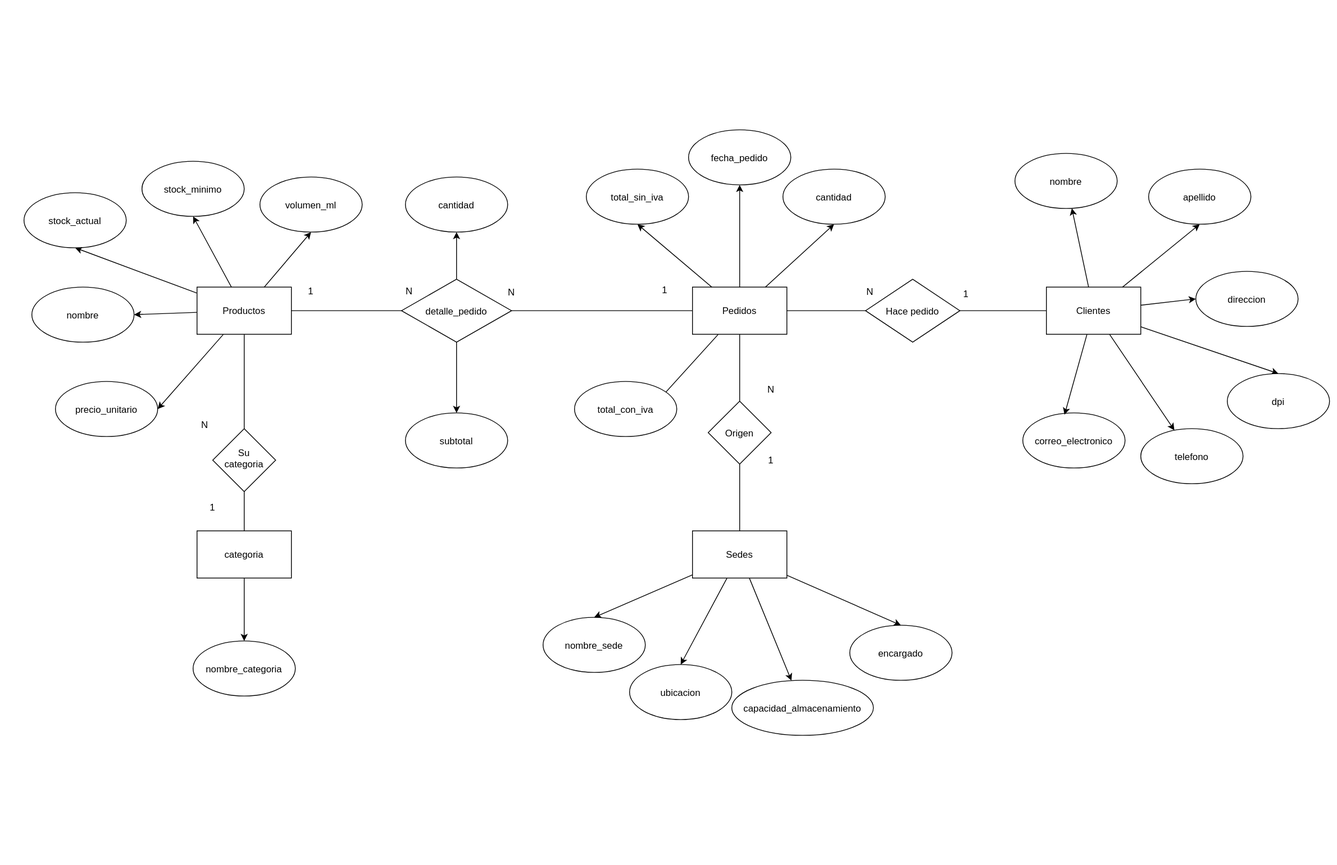
Above: diagrams/MER/drwio_distribuidora_del_valle.svg in Anderson-Oloroso/distribuidora-del-valle (draw.io), before the change. Source tidied: cells renumbered, new cells last; positions are measured from the earlier drawing's top-left corner, leaving out a move shared by most shapes.
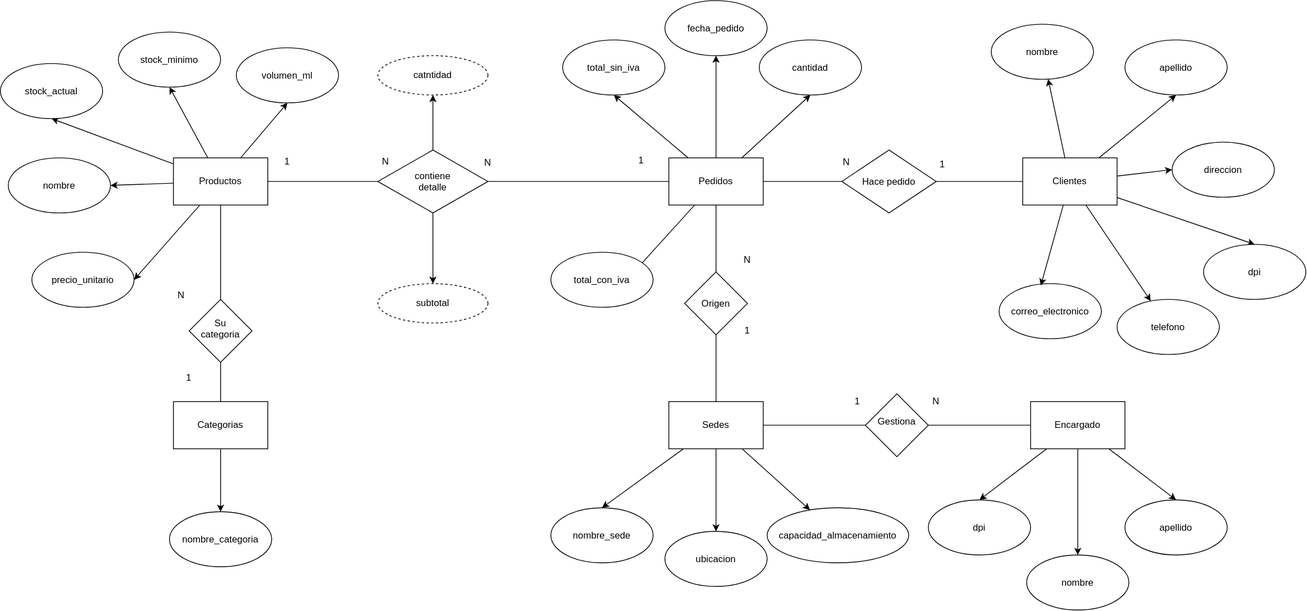
Above is the later version.

Commit message:
:sparkles: feat(diagrams): Add UML diagram and update MER diagram

What changed in the source:
```diff
@@ -56,9 +56,9 @@
     <mxCell id="19" style="rounded=0;jettySize=auto;html=1;" parent="1" edge="1" source="21" target="35">
       <mxGeometry relative="1" as="geometry" />
     </mxCell>
-    <mxCell id="20" style="rounded=0;jettySize=auto;html=1;entryX=0.5;entryY=0;entryDx=0;entryDy=0;" parent="1" edge="1" source="21" target="36">
-      <mxGeometry relative="1" as="geometry" />
-    </mxCell>
+    <mxCell id="73" style="rounded=0;jettySize=auto;html=1;entryX=0;entryY=0.5;entryDx=0;entryDy=0;endArrow=none;endFill=0;" parent="1" edge="1" source="21" target="83">
+      <mxGeometry relative="1" as="geometry" />
+    </mxCell>
     <mxCell id="21" value="Sedes" style="rounded=0;whiteSpace=wrap;html=1;" parent="1" vertex="1">
       <mxGeometry x="850" y="510" width="120" height="60" as="geometry" />
     </mxCell>
@@ -96,17 +96,14 @@
       <mxGeometry y="80" width="130" height="70" as="geometry" />
     </mxCell>
     <mxCell id="33" value="nombre_sede" style="ellipse;whiteSpace=wrap;html=1;shapeInside=1;" parent="1" vertex="1">
-      <mxGeometry x="660" y="620" width="130" height="70" as="geometry" />
+      <mxGeometry x="700" y="645" width="130" height="70" as="geometry" />
     </mxCell>
     <mxCell id="34" value="ubicacion" style="ellipse;whiteSpace=wrap;html=1;shapeInside=1;" parent="1" vertex="1">
-      <mxGeometry x="770" y="680" width="130" height="70" as="geometry" />
+      <mxGeometry x="845" y="675" width="130" height="70" as="geometry" />
     </mxCell>
     <mxCell id="35" value="capacidad_almacenamiento" style="ellipse;whiteSpace=wrap;html=1;shapeInside=1;" parent="1" vertex="1">
-      <mxGeometry x="900" y="700" width="180" height="70" as="geometry" />
+      <mxGeometry x="975" y="645" width="180" height="70" as="geometry" />
     </mxCell>
-    <mxCell id="36" value="encargado" style="ellipse;whiteSpace=wrap;html=1;shapeInside=1;" parent="1" vertex="1">
-      <mxGeometry x="1050" y="630" width="130" height="70" as="geometry" />
-    </mxCell>
     <mxCell id="37" value="nombre" style="ellipse;whiteSpace=wrap;html=1;shapeInside=1;" parent="1" vertex="1">
       <mxGeometry x="1260" y="30" width="130" height="70" as="geometry" />
     </mxCell>
@@ -143,10 +140,10 @@
     <mxCell id="48" style="rounded=0;jettySize=auto;html=1;entryX=0.5;entryY=0;entryDx=0;entryDy=0;" parent="1" edge="1" source="50" target="57">
       <mxGeometry relative="1" as="geometry" />
     </mxCell>
-    <mxCell id="49" style="rounded=0;jettySize=auto;html=1;entryX=0.5;entryY=1;entryDx=0;entryDy=0;" parent="1" edge="1" source="50" target="56">
-      <mxGeometry relative="1" as="geometry" />
-    </mxCell>
+    <mxCell id="74" style="rounded=0;jettySize=auto;html=1;entryX=0.5;entryY=1;entryDx=0;entryDy=0;" parent="1" edge="1" source="50" target="86">
+      <mxGeometry relative="1" as="geometry" />
+    </mxCell>
-    <mxCell id="50" value="detalle_pedido" style="rhombus;whiteSpace=wrap;html=1;shapeInside=1;" parent="1" vertex="1">
+    <mxCell id="50" value="contiene detalle" style="rhombus;whiteSpace=wrap;html=1;shapeInside=1;" parent="1" vertex="1">
       <mxGeometry x="480" y="190" width="140" height="80" as="geometry" />
     </mxCell>
     <mxCell id="51" style="rounded=0;jettySize=auto;html=1;entryX=0;entryY=0.5;entryDx=0;entryDy=0;endArrow=none;endFill=0;" parent="1" edge="1" source="52" target="27">
@@ -164,16 +161,10 @@
     <mxCell id="55" value="fecha_pedido" style="ellipse;whiteSpace=wrap;html=1;shapeInside=1;" parent="1" vertex="1">
       <mxGeometry x="845" width="130" height="70" as="geometry" />
     </mxCell>
-    <mxCell id="56" value="cantidad" style="ellipse;whiteSpace=wrap;html=1;shapeInside=1;" parent="1" vertex="1">
-      <mxGeometry x="485" y="60" width="130" height="70" as="geometry" />
-    </mxCell>
-    <mxCell id="57" value="subtotal" style="ellipse;whiteSpace=wrap;html=1;shapeInside=1;" parent="1" vertex="1">
-      <mxGeometry x="485" y="360" width="130" height="70" as="geometry" />
-    </mxCell>
     <mxCell id="58" style="rounded=0;jettySize=auto;html=1;entryX=0.5;entryY=0;entryDx=0;entryDy=0;" parent="1" edge="1" source="59" target="60">
       <mxGeometry relative="1" as="geometry" />
     </mxCell>
-    <mxCell id="59" value="categoria" style="rounded=0;whiteSpace=wrap;html=1;" parent="1" vertex="1">
+    <mxCell id="59" value="Categorias" style="rounded=0;whiteSpace=wrap;html=1;" parent="1" vertex="1">
       <mxGeometry x="220" y="510" width="120" height="60" as="geometry" />
     </mxCell>
     <mxCell id="60" value="nombre_categoria" style="ellipse;whiteSpace=wrap;html=1;shapeInside=1;" parent="1" vertex="1">
@@ -215,5 +206,44 @@
     <mxCell id="72" value="1" style="text;html=1;whiteSpace=wrap;strokeColor=none;fillColor=none;align=center;verticalAlign=middle;rounded=0;" parent="1" vertex="1">
       <mxGeometry x="1168" y="194" width="60" height="30" as="geometry" />
     </mxCell>
+    <mxCell id="75" style="edgeStyle=orthogonalEdgeStyle;rounded=0;jettySize=auto;html=1;entryX=0.5;entryY=0;entryDx=0;entryDy=0;" parent="1" edge="1" source="78" target="81">
+      <mxGeometry relative="1" as="geometry" />
+    </mxCell>
+    <mxCell id="76" style="rounded=0;jettySize=auto;html=1;entryX=0.5;entryY=0;entryDx=0;entryDy=0;" parent="1" edge="1" source="78" target="79">
+      <mxGeometry relative="1" as="geometry" />
+    </mxCell>
+    <mxCell id="77" style="rounded=0;jettySize=auto;html=1;entryX=0.5;entryY=0;entryDx=0;entryDy=0;" parent="1" edge="1" source="78" target="80">
+      <mxGeometry relative="1" as="geometry" />
+    </mxCell>
+    <mxCell id="78" value="Encargado" style="rounded=0;whiteSpace=wrap;html=1;" parent="1" vertex="1">
+      <mxGeometry x="1310" y="510" width="120" height="60" as="geometry" />
+    </mxCell>
+    <mxCell id="79" value="dpi" style="ellipse;whiteSpace=wrap;html=1;shapeInside=1;" parent="1" vertex="1">
+      <mxGeometry x="1180" y="635" width="130" height="70" as="geometry" />
+    </mxCell>
+    <mxCell id="80" value="apellido" style="ellipse;whiteSpace=wrap;html=1;shapeInside=1;" parent="1" vertex="1">
+      <mxGeometry x="1430" y="635" width="130" height="70" as="geometry" />
+    </mxCell>
+    <mxCell id="81" value="nombre" style="ellipse;whiteSpace=wrap;html=1;shapeInside=1;" parent="1" vertex="1">
+      <mxGeometry x="1305" y="705" width="130" height="70" as="geometry" />
+    </mxCell>
+    <mxCell id="82" style="rounded=0;jettySize=auto;html=1;entryX=0;entryY=0.5;entryDx=0;entryDy=0;endArrow=none;endFill=0;" parent="1" edge="1" source="83" target="78">
+      <mxGeometry relative="1" as="geometry" />
+    </mxCell>
+    <mxCell id="83" value="Gestiona" style="rhombus;whiteSpace=wrap;html=1;shapeInside=1;" parent="1" vertex="1">
+      <mxGeometry x="1100" y="500" width="80" height="80" as="geometry" />
+    </mxCell>
+    <mxCell id="84" value="1" style="text;html=1;whiteSpace=wrap;strokeColor=none;fillColor=none;align=center;verticalAlign=middle;rounded=0;" parent="1" vertex="1">
+      <mxGeometry x="1060" y="495" width="60" height="30" as="geometry" />
+    </mxCell>
+    <mxCell id="85" value="N" style="text;html=1;whiteSpace=wrap;strokeColor=none;fillColor=none;align=center;verticalAlign=middle;rounded=0;" parent="1" vertex="1">
+      <mxGeometry x="1160" y="495" width="60" height="30" as="geometry" />
+    </mxCell>
+    <mxCell id="57" value="subtotal" style="ellipse;whiteSpace=wrap;html=1;align=center;dashed=1;" parent="1" vertex="1">
+      <mxGeometry x="480" y="360" width="140" height="50" as="geometry" />
+    </mxCell>
+    <mxCell id="86" value="catntidad" style="ellipse;whiteSpace=wrap;html=1;align=center;dashed=1;" parent="1" vertex="1">
+      <mxGeometry x="480" y="70" width="140" height="50" as="geometry" />
+    </mxCell>
   </root>
 </mxGraphModel>
```
